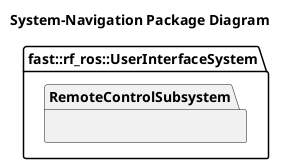
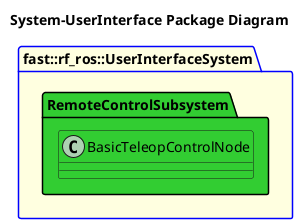
@startuml
- title System-Navigation Package Diagram
- namespace fast::rf_ros::UserInterfaceSystem {
-     namespace RemoteControlSubsystem {
- 
+ title System-UserInterface Package Diagram
+ package fast::rf_ros::UserInterfaceSystem #LightYellow;line:blue {
+     namespace RemoteControlSubsystem #LimeGreen  {
+         class BasicTeleopControlNode #LimeGreen {}
    }
}
@enduml